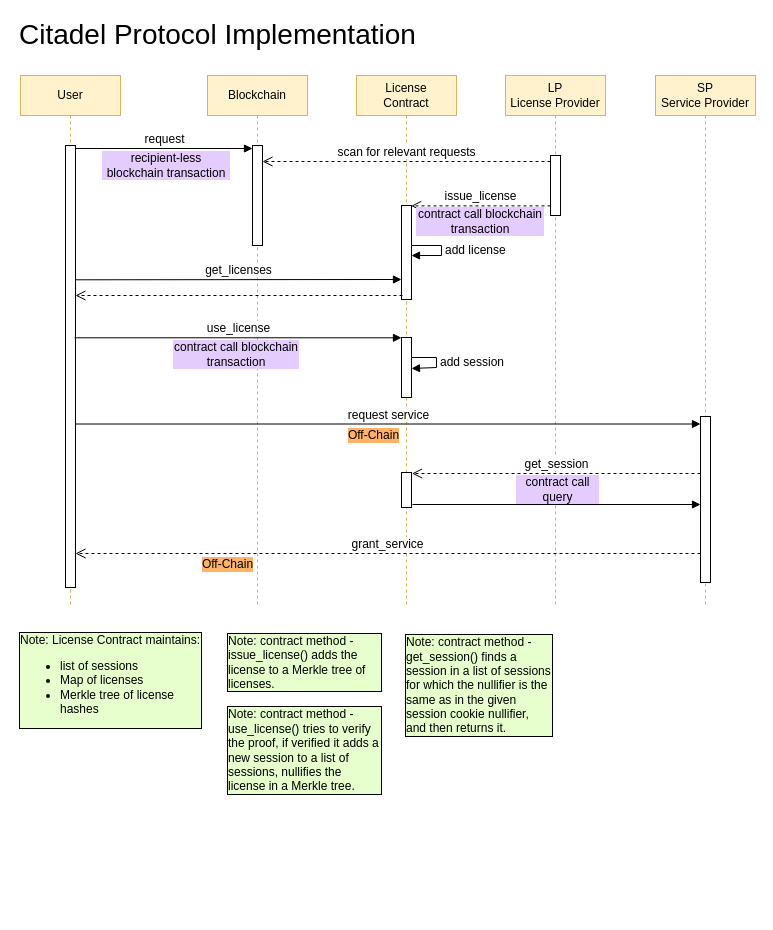
This is docs/specs/images/implementation.drawio from dusk-network/citadel, a draw.io file, before an edit. Source tidied: cells renumbered, new cells numbered last; positions are measured from the earlier drawing's top-left corner, leaving out a move shared by most shapes. Both pictures are drawn from the tidied source at 100%, with x=0, y=0 at pixel (17, 19).
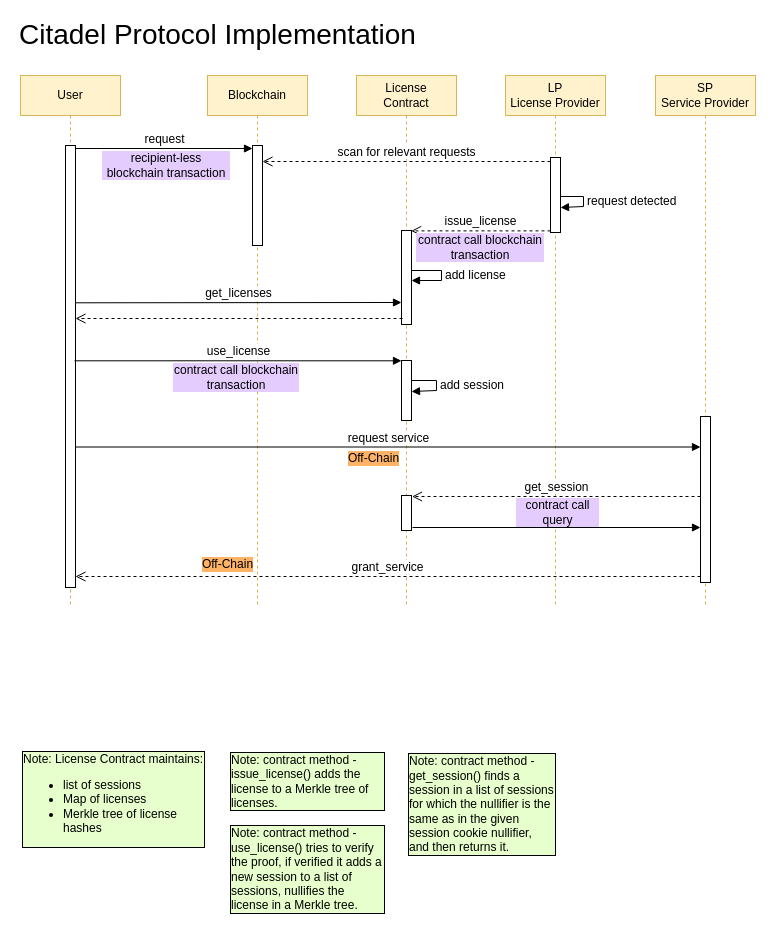
After the change.

Commit message (it also covers changes not shown here):
Improved text and diagram, addressed review comments

The change refers to these unchanged cells:
```xml
<mxCell id="6" value="LP&lt;br&gt;License Provider" style="shape=umlLifeline;perimeter=lifelinePerimeter;whiteSpace=wrap;html=1;newEdgeStyle={&quot;edgeStyle&quot;:&quot;elbowEdgeStyle&quot;,&quot;elbow&quot;:&quot;vertical&quot;,&quot;curved&quot;:0,&quot;rounded&quot;:0};fillColor=#fff2cc;strokeColor=#d6b656;" parent="1" vertex="1">
  <mxGeometry x="488" y="56" width="100" height="530" as="geometry" />
</mxCell>
```

The edit, as a diff of the source:
```diff
@@
     <mxCell id="7" style="html=1;points=[];perimeter=orthogonalPerimeter;outlineConnect=0;targetShapes=umlLifeline;portConstraint=eastwest;newEdgeStyle={&quot;edgeStyle&quot;:&quot;elbowEdgeStyle&quot;,&quot;elbow&quot;:&quot;vertical&quot;,&quot;curved&quot;:0,&quot;rounded&quot;:0};" parent="6" vertex="1">
-      <mxGeometry x="45" y="80" width="10" height="60" as="geometry" />
+      <mxGeometry x="45" y="82" width="10" height="75" as="geometry" />
     </mxCell>
@@
     <mxCell id="10" value="use_license" style="html=1;verticalAlign=bottom;endArrow=block;rounded=0;fontSize=12;exitX=0.9;exitY=0.427;exitDx=0;exitDy=0;exitPerimeter=0;" parent="1" edge="1" target="12">
       <mxGeometry relative="1" as="geometry">
-        <mxPoint x="57" y="318.3" as="sourcePoint" />
+        <mxPoint x="57" y="341.3" as="sourcePoint" />
       </mxGeometry>
     </mxCell>
     <mxCell id="11" style="html=1;verticalAlign=bottom;endArrow=block;rounded=0;fontSize=12;startArrow=none;" parent="1" edge="1">
       <mxGeometry y="80" relative="1" as="geometry">
-        <mxPoint x="398" y="356" as="sourcePoint" />
-        <mxPoint x="398" y="356" as="targetPoint" />
+        <mxPoint x="398" y="379" as="sourcePoint" />
+        <mxPoint x="398" y="379" as="targetPoint" />
         <mxPoint x="-80" as="offset" />
       </mxGeometry>
     </mxCell>
     <mxCell id="12" style="html=1;points=[];perimeter=orthogonalPerimeter;outlineConnect=0;targetShapes=umlLifeline;portConstraint=eastwest;newEdgeStyle={&quot;edgeStyle&quot;:&quot;elbowEdgeStyle&quot;,&quot;elbow&quot;:&quot;vertical&quot;,&quot;curved&quot;:0,&quot;rounded&quot;:0};" parent="1" vertex="1">
-      <mxGeometry x="384" y="318" width="10" height="60" as="geometry" />
+      <mxGeometry x="384" y="341" width="10" height="60" as="geometry" />
     </mxCell>
     <mxCell id="13" value="Note: License Contract maintains:&lt;br&gt;&lt;ul&gt;&lt;li&gt;list of sessions&lt;br&gt;&lt;/li&gt;&lt;li&gt;Map of licenses&lt;/li&gt;&lt;li&gt;&lt;span style=&quot;&quot;&gt;Merkle tree of license hashes&lt;/span&gt;&lt;/li&gt;&lt;/ul&gt;" style="text;html=1;strokeColor=none;fillColor=none;align=left;verticalAlign=middle;whiteSpace=wrap;rounded=0;labelBackgroundColor=#E6FFCC;fontSize=12;labelBorderColor=default;shadow=0;" parent="1" vertex="1">
-      <mxGeometry y="626" width="185" height="70" as="geometry" />
+      <mxGeometry x="3" y="745" width="185" height="70" as="geometry" />
     </mxCell>
@@
     <mxCell id="18" value="contract call blockchain transaction" style="text;html=1;strokeColor=none;fillColor=none;align=center;verticalAlign=middle;whiteSpace=wrap;rounded=0;labelBackgroundColor=#E5CCFF;fontSize=12;" parent="1" vertex="1">
-      <mxGeometry x="398" y="187" width="130" height="30" as="geometry" />
+      <mxGeometry x="398" y="213" width="130" height="30" as="geometry" />
     </mxCell>
     <mxCell id="19" value="contract call blockchain transaction" style="text;html=1;strokeColor=none;fillColor=none;align=center;verticalAlign=middle;whiteSpace=wrap;rounded=0;labelBackgroundColor=#E5CCFF;fontSize=12;" parent="1" vertex="1">
-      <mxGeometry x="155" y="320" width="128" height="30" as="geometry" />
+      <mxGeometry x="155" y="343" width="128" height="30" as="geometry" />
     </mxCell>
     <mxCell id="20" value="request service" style="html=1;verticalAlign=bottom;endArrow=block;rounded=0;fontSize=12;" parent="1" edge="1">
       <mxGeometry relative="1" as="geometry">
-        <mxPoint x="58" y="404.5" as="sourcePoint" />
-        <mxPoint x="683" y="404.5" as="targetPoint" />
+        <mxPoint x="58" y="427.5" as="sourcePoint" />
+        <mxPoint x="683" y="427.5" as="targetPoint" />
       </mxGeometry>
     </mxCell>
     <mxCell id="21" style="html=1;perimeter=orthogonalPerimeter;labelBackgroundColor=#99FF99;fontSize=12;" parent="1" vertex="1">
-      <mxGeometry x="384" y="453" width="10" height="35" as="geometry" />
+      <mxGeometry x="384" y="476" width="10" height="35" as="geometry" />
     </mxCell>
     <mxCell id="22" value="get_session" style="html=1;verticalAlign=bottom;endArrow=open;dashed=1;endSize=8;rounded=0;fontSize=12;entryX=1.05;entryY=0.063;entryDx=0;entryDy=0;entryPerimeter=0;" parent="1" edge="1">
       <mxGeometry relative="1" as="geometry">
-        <mxPoint x="683" y="454" as="sourcePoint" />
-        <mxPoint x="394.5" y="454" as="targetPoint" />
+        <mxPoint x="683" y="477" as="sourcePoint" />
+        <mxPoint x="394.5" y="477" as="targetPoint" />
       </mxGeometry>
     </mxCell>
     <mxCell id="23" value="contract call query" style="text;html=1;strokeColor=none;fillColor=none;align=center;verticalAlign=middle;whiteSpace=wrap;rounded=0;labelBackgroundColor=#E5CCFF;fontSize=12;" parent="1" vertex="1">
-      <mxGeometry x="498" y="460" width="85" height="20" as="geometry" />
+      <mxGeometry x="498" y="483" width="85" height="20" as="geometry" />
     </mxCell>
     <mxCell id="24" value="grant_service" style="html=1;verticalAlign=bottom;endArrow=open;dashed=1;endSize=8;rounded=0;fontSize=12;" parent="1" edge="1">
       <mxGeometry relative="1" as="geometry">
-        <mxPoint x="683" y="534" as="sourcePoint" />
-        <mxPoint x="58" y="534" as="targetPoint" />
+        <mxPoint x="683" y="557" as="sourcePoint" />
+        <mxPoint x="58" y="557" as="targetPoint" />
       </mxGeometry>
     </mxCell>
@@
     <mxCell id="26" value="Note: contract method - issue_license() adds the license to a Merkle tree of licenses." style="text;html=1;strokeColor=none;fillColor=none;align=left;verticalAlign=middle;whiteSpace=wrap;rounded=0;labelBackgroundColor=#E6FFCC;fontSize=12;labelBorderColor=default;shadow=0;" parent="1" vertex="1">
-      <mxGeometry x="208" y="633" width="157" height="20" as="geometry" />
+      <mxGeometry x="211" y="752" width="157" height="20" as="geometry" />
     </mxCell>
     <mxCell id="27" value="Note: contract method - use_license() tries to verify the proof, if verified it adds a new session to a list of sessions, nullifies the license in a Merkle tree." style="text;html=1;strokeColor=none;fillColor=none;align=left;verticalAlign=middle;whiteSpace=wrap;rounded=0;labelBackgroundColor=#E6FFCC;fontSize=12;labelBorderColor=default;shadow=0;" parent="1" vertex="1">
-      <mxGeometry x="208" y="706" width="157" height="50" as="geometry" />
+      <mxGeometry x="211" y="825" width="157" height="50" as="geometry" />
     </mxCell>
     <mxCell id="28" value="Note: contract method - get_session() finds a session in a list of sessions for which the nullifier is the same as in the given session cookie nullifier, and then returns it." style="text;html=1;strokeColor=none;fillColor=none;align=left;verticalAlign=middle;whiteSpace=wrap;rounded=0;labelBackgroundColor=#E6FFCC;fontSize=12;labelBorderColor=default;shadow=0;" parent="1" vertex="1">
-      <mxGeometry x="386" y="656" width="150" height="20" as="geometry" />
+      <mxGeometry x="389" y="775" width="150" height="20" as="geometry" />
     </mxCell>
     <mxCell id="29" style="html=1;verticalAlign=bottom;endArrow=block;rounded=0;fontSize=12;" parent="1" edge="1">
       <mxGeometry relative="1" as="geometry">
-        <mxPoint x="395" y="485" as="sourcePoint" />
-        <mxPoint x="683" y="485" as="targetPoint" />
+        <mxPoint x="395" y="508" as="sourcePoint" />
+        <mxPoint x="683" y="508" as="targetPoint" />
       </mxGeometry>
     </mxCell>
@@
     <mxCell id="32" style="html=1;points=[];perimeter=orthogonalPerimeter;rounded=0;shadow=0;labelBackgroundColor=#E6FFCC;labelBorderColor=default;fontSize=12;" parent="1" vertex="1">
-      <mxGeometry x="384" y="186" width="10" height="94" as="geometry" />
+      <mxGeometry x="384" y="211" width="10" height="94" as="geometry" />
     </mxCell>
     <mxCell id="33" value="add session" style="edgeStyle=orthogonalEdgeStyle;html=1;align=left;spacingLeft=2;endArrow=block;rounded=0;fontSize=12;" parent="1" edge="1">
       <mxGeometry relative="1" as="geometry">
-        <mxPoint x="394" y="338" as="sourcePoint" />
-        <mxPoint x="394" y="349" as="targetPoint" />
+        <mxPoint x="394" y="361" as="sourcePoint" />
+        <mxPoint x="394" y="372" as="targetPoint" />
         <Array as="points">
-          <mxPoint x="419" y="338" />
-          <mxPoint x="419" y="348" />
+          <mxPoint x="419" y="361" />
+          <mxPoint x="419" y="371" />
         </Array>
       </mxGeometry>
     </mxCell>
     <mxCell id="34" value="add license" style="edgeStyle=orthogonalEdgeStyle;html=1;align=left;spacingLeft=2;endArrow=block;rounded=0;fontSize=12;" parent="1" edge="1">
       <mxGeometry relative="1" as="geometry">
-        <mxPoint x="394" y="226" as="sourcePoint" />
-        <mxPoint x="394" y="236" as="targetPoint" />
+        <mxPoint x="394" y="251" as="sourcePoint" />
+        <mxPoint x="394" y="261" as="targetPoint" />
         <Array as="points">
-          <mxPoint x="424" y="226" />
-          <mxPoint x="424" y="236" />
+          <mxPoint x="424" y="251" />
+          <mxPoint x="424" y="261" />
         </Array>
       </mxGeometry>
     </mxCell>
     <mxCell id="35" value="Off-Chain" style="text;html=1;strokeColor=none;fillColor=none;align=center;verticalAlign=middle;whiteSpace=wrap;rounded=0;labelBackgroundColor=#FFB366;fontSize=12;" parent="1" vertex="1">
-      <mxGeometry x="314" y="401" width="85" height="30" as="geometry" />
+      <mxGeometry x="314" y="424" width="85" height="30" as="geometry" />
     </mxCell>
     <mxCell id="36" value="get_licenses" style="html=1;verticalAlign=bottom;endArrow=block;rounded=0;fontSize=12;exitX=0.9;exitY=0.427;exitDx=0;exitDy=0;exitPerimeter=0;" parent="1" edge="1">
       <mxGeometry relative="1" as="geometry">
-        <mxPoint x="58" y="260.3" as="sourcePoint" />
-        <mxPoint x="384" y="260" as="targetPoint" />
+        <mxPoint x="58" y="283.3" as="sourcePoint" />
+        <mxPoint x="384" y="283" as="targetPoint" />
       </mxGeometry>
     </mxCell>
     <mxCell id="37" style="html=1;verticalAlign=bottom;endArrow=open;dashed=1;endSize=8;rounded=0;fontSize=12;" parent="1" edge="1">
       <mxGeometry relative="1" as="geometry">
-        <mxPoint x="385" y="276" as="sourcePoint" />
-        <mxPoint x="58" y="276" as="targetPoint" />
+        <mxPoint x="385" y="299" as="sourcePoint" />
+        <mxPoint x="58" y="299" as="targetPoint" />
       </mxGeometry>
     </mxCell>
+    <mxCell id="38" value="request detected" style="edgeStyle=orthogonalEdgeStyle;html=1;align=left;spacingLeft=2;endArrow=block;rounded=0;fontSize=12;" parent="1" edge="1">
+      <mxGeometry relative="1" as="geometry">
+        <mxPoint x="543" y="177" as="sourcePoint" />
+        <mxPoint x="543" y="188" as="targetPoint" />
+        <Array as="points">
+          <mxPoint x="566" y="177" />
+          <mxPoint x="566" y="187" />
+          <mxPoint x="543" y="187" />
+        </Array>
+      </mxGeometry>
+    </mxCell>
```
